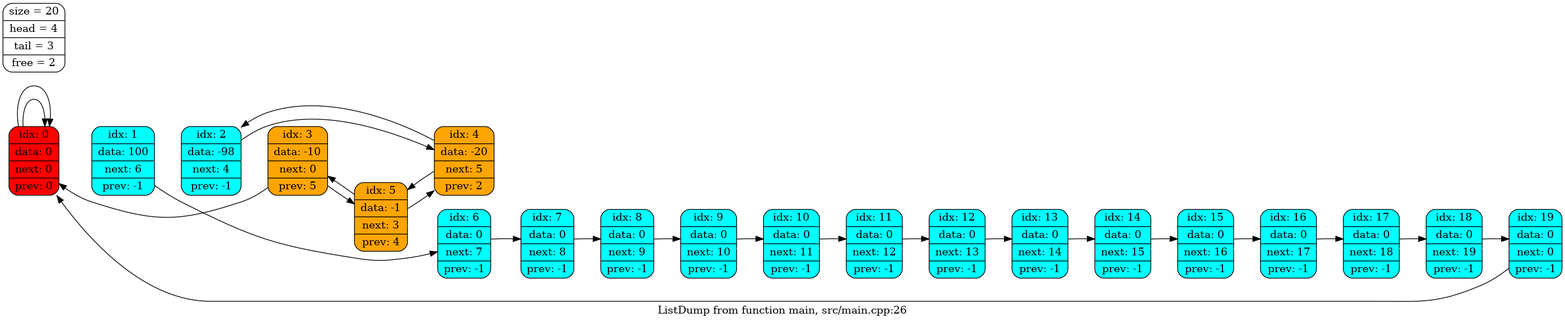
Above: dump.png in victorbaldin56/list (Graphviz), before the change. Its source is kept beside it as dump.dot.
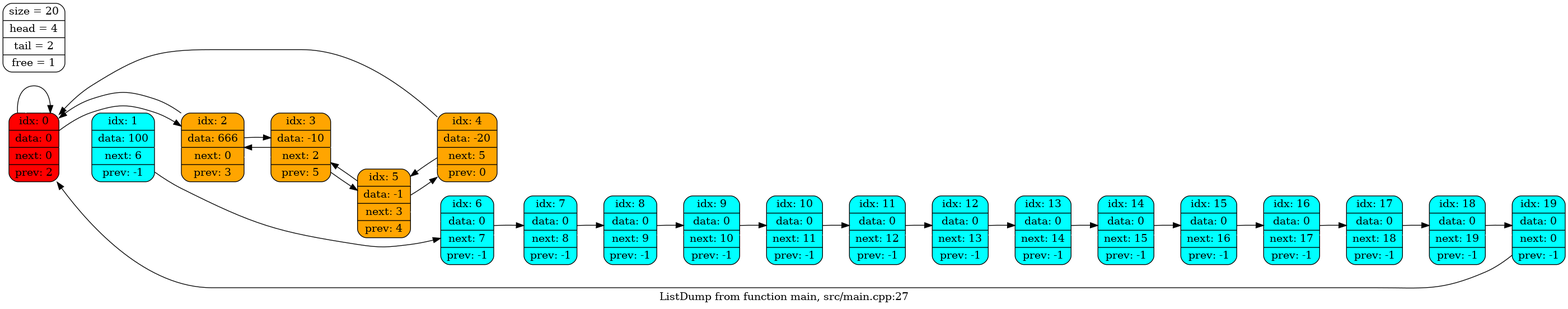
The same diagram one commit later.

What changed in the source:
```diff
@@ -2,11 +2,11 @@
 	rankdir = LR;
 	node [shape = Mrecord];
 0 -> 0-> 1-> 2-> 3-> 4-> 5-> 6-> 7-> 8-> 9-> 10-> 11-> 12-> 13-> 14-> 15-> 16-> 17-> 18-> 19[arrowsize = 0.0, weight = 100000, color = "#FFFFFF"];
-	0 [shape = Mrecord, style = filled, fillcolor = red, label = "idx: 0 | data: 0 | next: 0 | prev: 0"];
+	0 [shape = Mrecord, style = filled, fillcolor = red, label = "idx: 0 | data: 0 | next: 0 | prev: 2"];
 	1 [shape = Mrecord, style = filled, fillcolor = cyan, label = "idx: 1 | data: 100 | next: 6 | prev: -1"];
-	2 [shape = Mrecord, style = filled, fillcolor = cyan, label = "idx: 2 | data: -98 | next: 4 | prev: -1"];
-	3 [shape = Mrecord, style = filled, fillcolor = orange, label = "idx: 3 | data: -10 | next: 0 | prev: 5"];
-	4 [shape = Mrecord, style = filled, fillcolor = orange, label = "idx: 4 | data: -20 | next: 5 | prev: 2"];
+	2 [shape = Mrecord, style = filled, fillcolor = orange, label = "idx: 2 | data: 666 | next: 0 | prev: 3"];
+	3 [shape = Mrecord, style = filled, fillcolor = orange, label = "idx: 3 | data: -10 | next: 2 | prev: 5"];
+	4 [shape = Mrecord, style = filled, fillcolor = orange, label = "idx: 4 | data: -20 | next: 5 | prev: 0"];
 	5 [shape = Mrecord, style = filled, fillcolor = orange, label = "idx: 5 | data: -1 | next: 3 | prev: 4"];
 	6 [shape = Mrecord, style = filled, fillcolor = cyan, label = "idx: 6 | data: 0 | next: 7 | prev: -1"];
 	7 [shape = Mrecord, style = filled, fillcolor = cyan, label = "idx: 7 | data: 0 | next: 8 | prev: -1"];
@@ -24,8 +24,8 @@
 	19 [shape = Mrecord, style = filled, fillcolor = cyan, label = "idx: 19 | data: 0 | next: 0 | prev: -1"];
 	0 -> 0;
 	1 -> 6;
-	2 -> 4;
-	3 -> 0;
+	2 -> 0;
+	3 -> 2;
 	4 -> 5;
 	5 -> 3;
 	6 -> 7;
@@ -42,9 +42,10 @@
 	17 -> 18;
 	18 -> 19;
 	19 -> 0;
-	0 -> 0;
+	0 -> 2;
+	2 -> 3;
 	3 -> 5;
-	4 -> 2;
+	4 -> 0;
 	5 -> 4;
-	label = "ListDump from function main, src/main.cpp:26";
-All[shape = Mrecord, label = "size = 20 | head = 4 | tail = 3 | free = 2"];}
+	label = "ListDump from function main, src/main.cpp:27";
+All[shape = Mrecord, label = "size = 20 | head = 4 | tail = 2 | free = 1"];}
```
